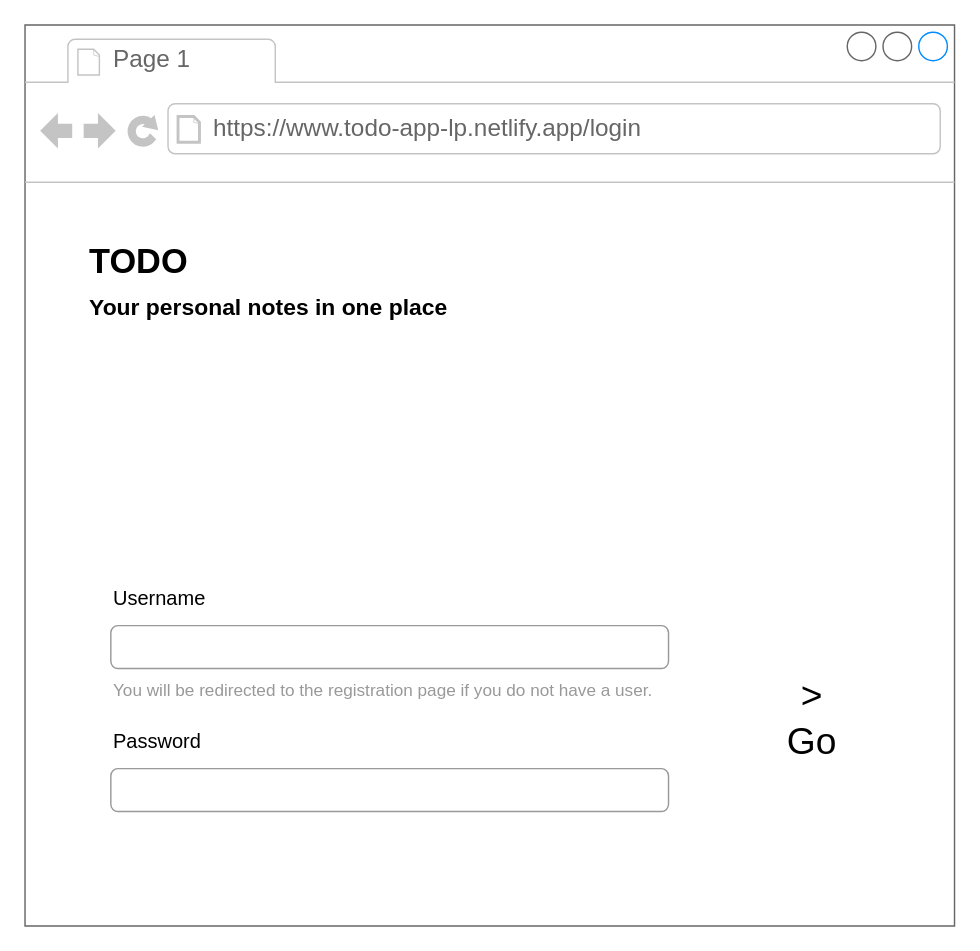
Above: page "Login Page" (1 of 4) of Untitled Diagram.drawio in Koshux/todo-multi-tenant (draw.io), before the change. Source tidied: cells renumbered, new cells numbered last; positions are measured from the earlier drawing's top-left corner, leaving out a move shared by most shapes. Both pictures are drawn from the tidied source at 143%, with x=0, y=0 at pixel (24, 24).
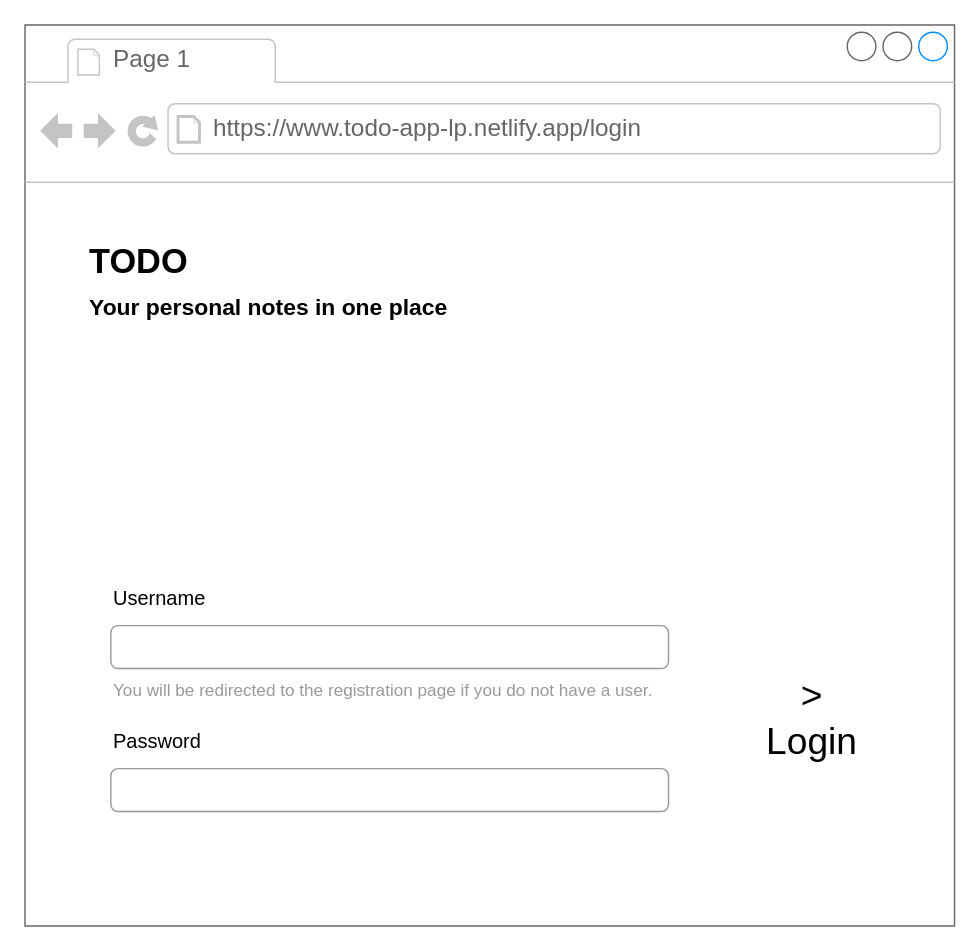
After the change.

Commit message:
Added registration page.

Diff of the diagram source:
```diff
@@
 <mxGraphModel>
   <root>
     <mxCell id="0" />
     <mxCell id="1" parent="0" />
     <mxCell id="2" style="strokeWidth=1;shadow=0;dashed=0;align=center;html=1;shape=mxgraph.mockup.containers.browserWindow;rSize=0;strokeColor=#666666;strokeColor2=#008cff;strokeColor3=#c4c4c4;mainText=,;" parent="1" vertex="1">
       <mxGeometry width="650" height="630" as="geometry" />
     </mxCell>
     <mxCell id="3" value="Page 1" style="strokeWidth=1;shadow=0;dashed=0;align=center;html=1;shape=mxgraph.mockup.containers.anchor;fontSize=17;fontColor=#666666;align=left;" parent="2" vertex="1">
       <mxGeometry x="60" y="12" width="110" height="26" as="geometry" />
     </mxCell>
     <mxCell id="4" value="https://www.todo-app-lp.netlify.app/login" style="strokeWidth=1;shadow=0;dashed=0;align=center;html=1;shape=mxgraph.mockup.containers.anchor;rSize=0;fontSize=17;fontColor=#666666;align=left;" parent="2" vertex="1">
       <mxGeometry x="130" y="60" width="320" height="26" as="geometry" />
     </mxCell>
     <mxCell id="5" value="&lt;div align=&quot;left&quot;&gt;TODO&lt;/div&gt;&lt;div&gt;&lt;font style=&quot;font-size: 16px&quot;&gt;Your personal notes in one place&lt;/font&gt;&lt;br&gt;&lt;/div&gt;" style="text;strokeColor=none;fillColor=none;html=1;fontSize=24;fontStyle=1;verticalAlign=middle;align=center;fontFamily=BitterPro-ExtraBoldItalic;" parent="2" vertex="1">
       <mxGeometry x="120" y="160" width="100" height="40" as="geometry" />
     </mxCell>
-    <mxCell id="6" value="&lt;div style=&quot;font-size: 26px&quot;&gt;&lt;font style=&quot;font-size: 26px&quot; face=&quot;BitterPro-BoldItalic&quot;&gt;&amp;gt;&lt;/font&gt;&lt;/div&gt;&lt;div style=&quot;font-size: 26px&quot;&gt;&lt;font style=&quot;font-size: 26px&quot; face=&quot;BitterPro-BoldItalic&quot;&gt;Go&lt;br&gt;&lt;/font&gt;&lt;/div&gt;" style="html=1;shadow=0;dashed=0;shape=mxgraph.bootstrap.rrect;rSize=5;strokeColor=none;align=center;fontSize=14;fillColor=none;" parent="2" vertex="1">
+    <mxCell id="6" value="&lt;div style=&quot;font-size: 26px&quot;&gt;&lt;font style=&quot;font-size: 26px&quot; face=&quot;BitterPro-BoldItalic&quot;&gt;&amp;gt;&lt;/font&gt;&lt;/div&gt;&lt;div style=&quot;font-size: 26px&quot;&gt;&lt;font style=&quot;font-size: 26px&quot; face=&quot;BitterPro-BoldItalic&quot;&gt;Login&lt;br&gt;&lt;/font&gt;&lt;/div&gt;" style="html=1;shadow=0;dashed=0;shape=mxgraph.bootstrap.rrect;rSize=5;strokeColor=none;align=center;fontSize=14;fillColor=none;" parent="2" vertex="1">
       <mxGeometry width="160" height="130" relative="1" as="geometry">
         <mxPoint x="470" y="420" as="offset" />
       </mxGeometry>
     </mxCell>
     <mxCell id="7" style="group;" parent="2" vertex="1">
       <mxGeometry x="60" y="380" width="390" height="170" as="geometry" />
     </mxCell>
     <mxCell id="8" value="Username" style="fillColor=none;strokeColor=none;align=left;fontSize=14;" parent="7" vertex="1">
       <mxGeometry width="260" height="40" relative="1" as="geometry" />
     </mxCell>
     <mxCell id="9" style="html=1;shadow=0;dashed=0;shape=mxgraph.bootstrap.rrect;rSize=5;fillColor=none;strokeColor=#999999;align=left;spacing=15;fontSize=14;fontColor=#6C767D;" parent="7" vertex="1">
       <mxGeometry width="390" height="30" relative="1" as="geometry">
         <mxPoint y="40" as="offset" />
       </mxGeometry>
     </mxCell>
     <mxCell id="10" value="You will be redirected to the registration page if you do not have a user." style="fillColor=none;strokeColor=none;align=left;spacing=2;fontSize=12;fontColor=#999999;" parent="7" vertex="1">
       <mxGeometry width="390" height="30" relative="1" as="geometry">
         <mxPoint y="70" as="offset" />
       </mxGeometry>
     </mxCell>
     <mxCell id="11" value="Password" style="fillColor=none;strokeColor=none;align=left;fontSize=14;" parent="7" vertex="1">
       <mxGeometry width="260" height="40" relative="1" as="geometry">
         <mxPoint y="100" as="offset" />
       </mxGeometry>
     </mxCell>
     <mxCell id="12" style="html=1;shadow=0;dashed=0;shape=mxgraph.bootstrap.rrect;rSize=5;fillColor=none;strokeColor=#999999;align=left;spacing=15;fontSize=14;fontColor=#6C767D;" parent="7" vertex="1">
       <mxGeometry width="390" height="30" relative="1" as="geometry">
         <mxPoint y="140" as="offset" />
       </mxGeometry>
     </mxCell>
   </root>
 </mxGraphModel>
```
